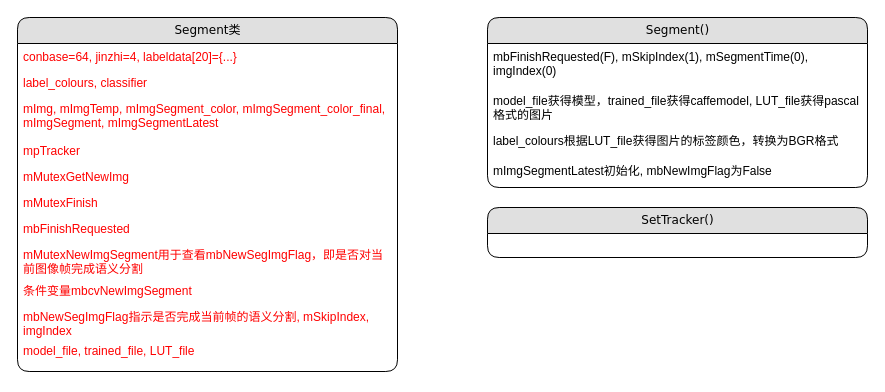
Earlier version of the draw.io diagram page "Segment" (10 of 11) of Untitled Diagram.drawio (gtx818/visual-SLAM). Source tidied: cells renumbered, new cells numbered last; positions are measured from the earlier drawing's top-left corner, leaving out a move shared by most shapes. Both pictures are drawn from the tidied source at 100%, with x=0, y=0 at pixel (17, 17).
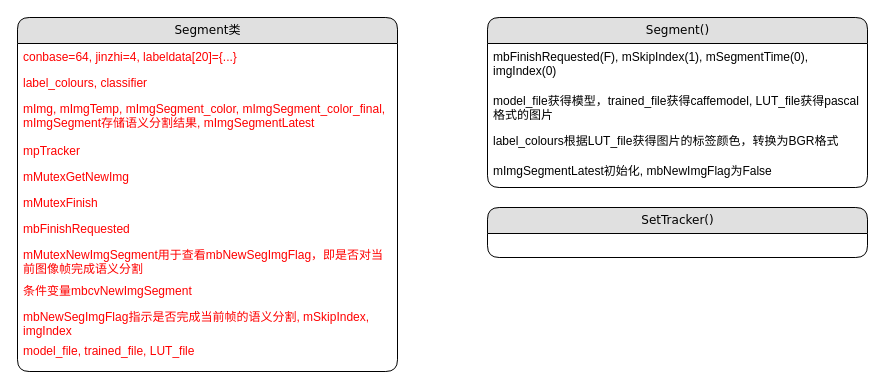
Above is the later version.

What changed in the source:
```diff
@@
 <mxGraphModel>
   <root>
     <mxCell id="0" />
     <mxCell id="1" parent="0" />
     <mxCell id="2" value="Segment类" style="swimlane;html=1;fontStyle=0;horizontal=1;startSize=26;fillColor=#e0e0e0;swimlaneFillColor=#ffffff;align=center;rounded=1;shadow=0;comic=0;labelBackgroundColor=none;strokeWidth=1;fontFamily=Verdana;fontSize=12;" parent="1" vertex="1">
       <mxGeometry width="380" height="354" as="geometry" />
     </mxCell>
     <mxCell id="3" value="conbase=64, jinzhi=4, labeldata[20]={...}" style="text;html=1;strokeColor=none;fillColor=none;spacingLeft=4;spacingRight=4;whiteSpace=wrap;overflow=hidden;fontColor=#FF0000;" parent="2" vertex="1">
       <mxGeometry y="26" width="380" height="26" as="geometry" />
     </mxCell>
     <mxCell id="4" value="label_colours, classifier" style="text;html=1;strokeColor=none;fillColor=none;spacingLeft=4;spacingRight=4;whiteSpace=wrap;overflow=hidden;fontColor=#FF0000;" parent="2" vertex="1">
       <mxGeometry y="52" width="380" height="26" as="geometry" />
     </mxCell>
-    <mxCell id="5" value="mImg, mImgTemp, mImgSegment_color, mImgSegment_color_final, mImgSegment, mImgSegmentLatest" style="text;html=1;strokeColor=none;fillColor=none;spacingLeft=4;spacingRight=4;whiteSpace=wrap;overflow=hidden;fontColor=#FF0000;" parent="2" vertex="1">
+    <mxCell id="5" value="mImg, mImgTemp, mImgSegment_color, mImgSegment_color_final, mImgSegment存储语义分割结果, mImgSegmentLatest" style="text;html=1;strokeColor=none;fillColor=none;spacingLeft=4;spacingRight=4;whiteSpace=wrap;overflow=hidden;fontColor=#FF0000;" parent="2" vertex="1">
       <mxGeometry y="78" width="380" height="42" as="geometry" />
     </mxCell>
     <mxCell id="6" value="mpTracker" style="text;html=1;strokeColor=none;fillColor=none;spacingLeft=4;spacingRight=4;whiteSpace=wrap;overflow=hidden;fontColor=#FF0000;" parent="2" vertex="1">
       <mxGeometry y="120" width="380" height="26" as="geometry" />
     </mxCell>
     <mxCell id="7" value="mMutexGetNewImg" style="text;html=1;strokeColor=none;fillColor=none;spacingLeft=4;spacingRight=4;whiteSpace=wrap;overflow=hidden;fontColor=#FF0000;" parent="2" vertex="1">
       <mxGeometry y="146" width="380" height="26" as="geometry" />
     </mxCell>
     <mxCell id="8" value="mMutexFinish" style="text;html=1;strokeColor=none;fillColor=none;spacingLeft=4;spacingRight=4;whiteSpace=wrap;overflow=hidden;fontColor=#FF0000;" parent="2" vertex="1">
       <mxGeometry y="172" width="380" height="26" as="geometry" />
     </mxCell>
     <mxCell id="9" value="&lt;font&gt;mbFinishRequested&lt;/font&gt;" style="text;html=1;strokeColor=none;fillColor=none;spacingLeft=4;spacingRight=4;whiteSpace=wrap;overflow=hidden;fontColor=#FF0000;" parent="2" vertex="1">
       <mxGeometry y="198" width="380" height="26" as="geometry" />
     </mxCell>
     <mxCell id="10" value="&lt;font&gt;mMutexNewImgSegment用于查看mbNewSegImgFlag，即是否对当前图像帧完成语义分割&lt;/font&gt;" style="text;html=1;strokeColor=none;fillColor=none;spacingLeft=4;spacingRight=4;whiteSpace=wrap;overflow=hidden;fontColor=#FF0000;" parent="2" vertex="1">
       <mxGeometry y="224" width="380" height="36" as="geometry" />
     </mxCell>
     <mxCell id="11" value="&lt;font&gt;条件变量mbcvNewImgSegment&lt;/font&gt;" style="text;html=1;strokeColor=none;fillColor=none;spacingLeft=4;spacingRight=4;whiteSpace=wrap;overflow=hidden;fontColor=#FF0000;" parent="2" vertex="1">
       <mxGeometry y="260" width="380" height="26" as="geometry" />
     </mxCell>
     <mxCell id="12" value="&lt;font&gt;mbNewSegImgFlag指示是否完成当前帧的语义分割, mSkipIndex, imgIndex&lt;/font&gt;" style="text;html=1;strokeColor=none;fillColor=none;spacingLeft=4;spacingRight=4;whiteSpace=wrap;overflow=hidden;fontColor=#FF0000;" parent="2" vertex="1">
       <mxGeometry y="286" width="380" height="34" as="geometry" />
     </mxCell>
     <mxCell id="13" value="&lt;font&gt;model_file, trained_file, LUT_file&lt;/font&gt;" style="text;html=1;strokeColor=none;fillColor=none;spacingLeft=4;spacingRight=4;whiteSpace=wrap;overflow=hidden;fontColor=#FF0000;" parent="2" vertex="1">
       <mxGeometry y="320" width="380" height="34" as="geometry" />
     </mxCell>
     <mxCell id="14" value="Segment()" style="swimlane;html=1;fontStyle=0;horizontal=1;startSize=26;fillColor=#e0e0e0;swimlaneFillColor=#ffffff;align=center;rounded=1;shadow=0;comic=0;labelBackgroundColor=none;strokeWidth=1;fontFamily=Verdana;fontSize=12;" parent="1" vertex="1">
       <mxGeometry x="470" width="380" height="170" as="geometry" />
     </mxCell>
     <mxCell id="15" value="mbFinishRequested(F), mSkipIndex(1), mSegmentTime(0), imgIndex(0)" style="text;html=1;strokeColor=none;fillColor=none;spacingLeft=4;spacingRight=4;whiteSpace=wrap;overflow=hidden;fontColor=#000000;" parent="14" vertex="1">
       <mxGeometry y="26" width="380" height="44" as="geometry" />
     </mxCell>
     <mxCell id="16" value="model_file获得模型，trained_file获得caffemodel, LUT_file获得pascal格式的图片" style="text;html=1;strokeColor=none;fillColor=none;spacingLeft=4;spacingRight=4;whiteSpace=wrap;overflow=hidden;fontColor=#000000;" parent="14" vertex="1">
       <mxGeometry y="70" width="380" height="40" as="geometry" />
     </mxCell>
     <mxCell id="17" value="label_colours根据LUT_file获得图片的标签颜色，转换为BGR格式" style="text;html=1;strokeColor=none;fillColor=none;spacingLeft=4;spacingRight=4;whiteSpace=wrap;overflow=hidden;fontColor=#000000;" parent="14" vertex="1">
       <mxGeometry y="110" width="380" height="30" as="geometry" />
     </mxCell>
     <mxCell id="18" value="mImgSegmentLatest初始化, mbNewImgFlag为False" style="text;html=1;strokeColor=none;fillColor=none;spacingLeft=4;spacingRight=4;whiteSpace=wrap;overflow=hidden;fontColor=#000000;" parent="14" vertex="1">
       <mxGeometry y="140" width="380" height="26" as="geometry" />
     </mxCell>
     <mxCell id="19" value="SetTracker()" style="swimlane;html=1;fontStyle=0;horizontal=1;startSize=26;fillColor=#e0e0e0;swimlaneFillColor=#ffffff;align=center;rounded=1;shadow=0;comic=0;labelBackgroundColor=none;strokeWidth=1;fontFamily=Verdana;fontSize=12;" parent="1" vertex="1">
       <mxGeometry x="470" y="190" width="380" height="50" as="geometry" />
     </mxCell>
   </root>
 </mxGraphModel>
```
